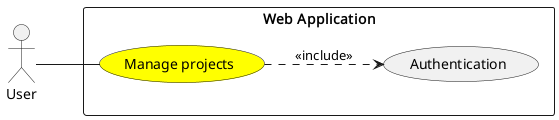
Before: conception/SprintIII/use_case_diagrams/use_case_diagram_of_SprintIII.png, a diagram exported from PlantUML (souhaib-askri/report_pfe).
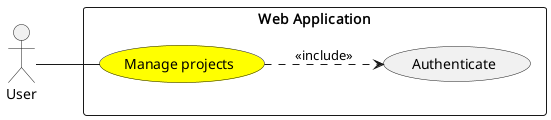
The same file after the commit.

Change to the diagram source:
```diff
@@ -5,7 +5,7 @@
 actor "User" as User
 
 rectangle "Web Application" {
-    usecase "Authentication" as user_auth
+    usecase "Authenticate" as user_auth
     usecase "Manage projects" as ManageProjects#Yellow
 }
 
```
